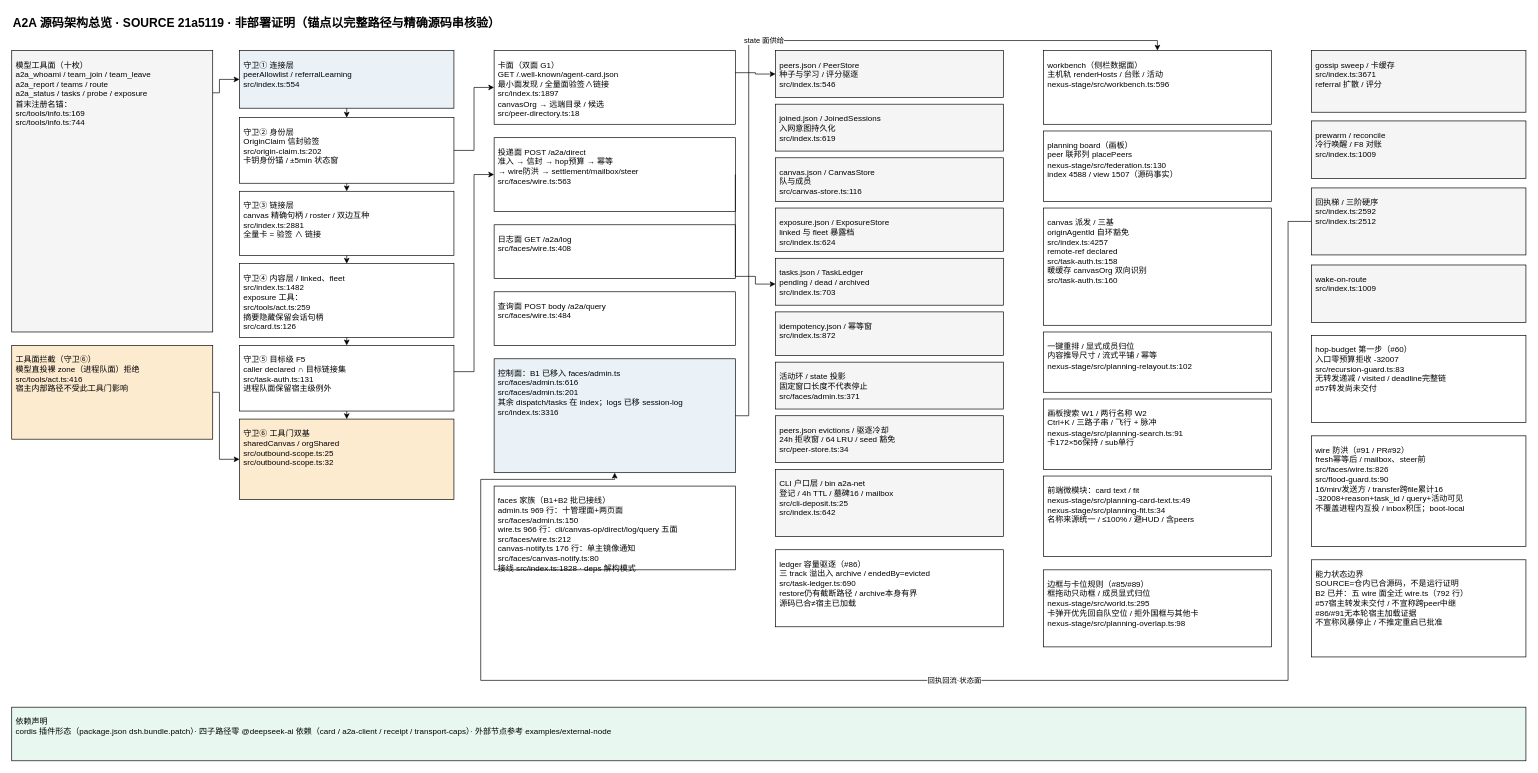
Before: page "系统架构总览" (1 of 2) of docs/arch/a2a-architecture.drawio in NelsonLongxiang/dsh-open-a2a-net, a draw.io diagram. Source tidied: cells renumbered, new cells numbered last; positions are measured from the earlier drawing's top-left corner, leaving out a move shared by most shapes. Both pictures are drawn from the tidied source at 67%, with x=0, y=0 at pixel (11, 11).
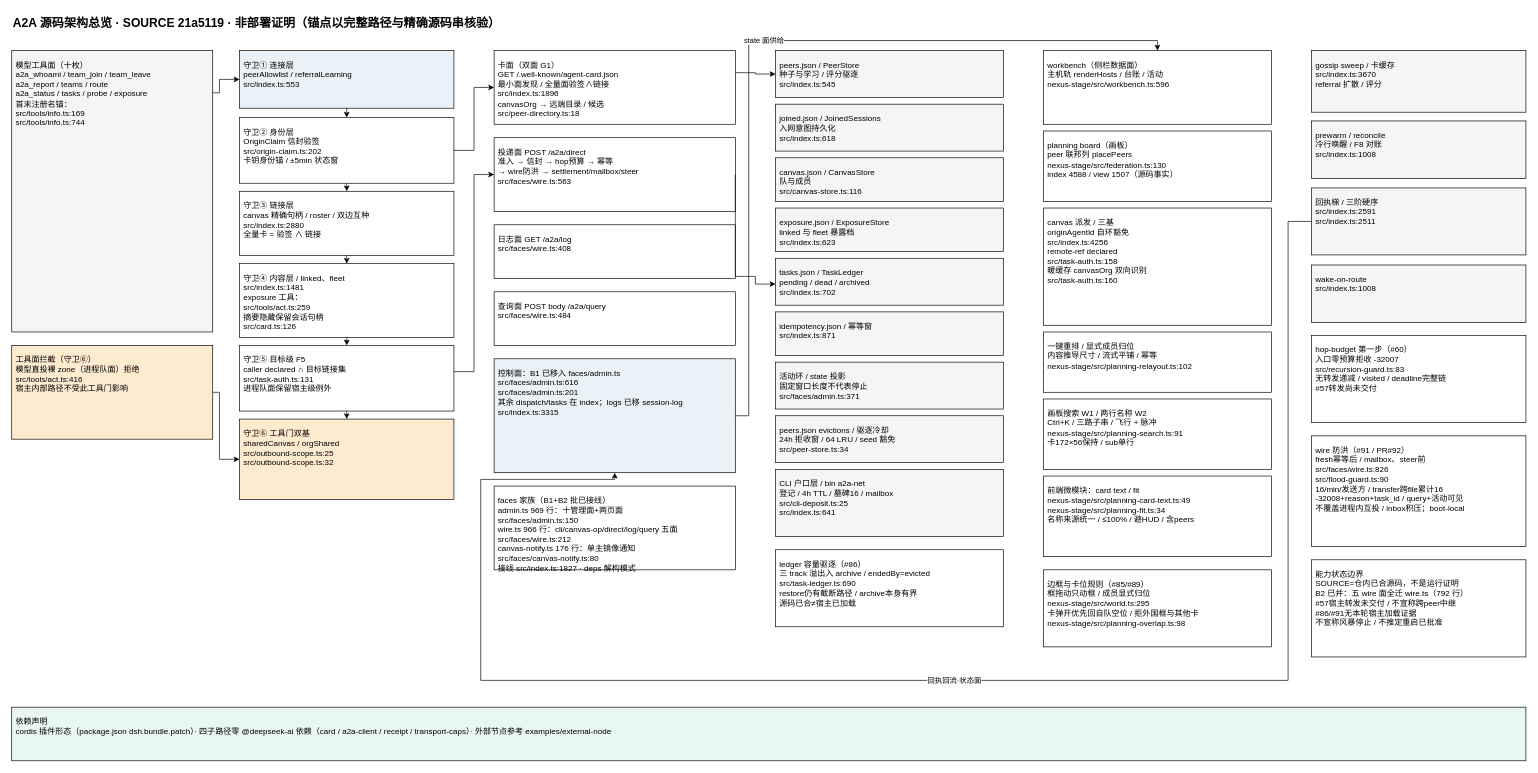
The same page after the edit.

The edit, as a diff of the source:
```diff
@@
-    <mxCell id="5" value="守卫① 连接层&#10;peerAllowlist / referralLearning&#10;src/index.ts:554" style="rounded=0;whiteSpace=wrap;html=1;fontSize=12;fontColor=#000000;fillColor=#EAF2F8;strokeColor=#000000;align=left;verticalAlign=top;spacing=6;spacingTop=4;" parent="1" vertex="1">
+    <mxCell id="5" value="守卫① 连接层&#10;peerAllowlist / referralLearning&#10;src/index.ts:553" style="rounded=0;whiteSpace=wrap;html=1;fontSize=12;fontColor=#000000;fillColor=#EAF2F8;strokeColor=#000000;align=left;verticalAlign=top;spacing=6;spacingTop=4;" parent="1" vertex="1">
       <mxGeometry x="340" y="58" width="320" height="86" as="geometry" />
     </mxCell>
@@
-    <mxCell id="7" value="守卫③ 链接层&#10;canvas 精确句柄 / roster / 双边互种&#10;src/index.ts:2881&#10;全量卡 = 验签 ∧ 链接" style="rounded=0;whiteSpace=wrap;html=1;fontSize=12;fontColor=#000000;fillColor=#FFFFFF;strokeColor=#000000;align=left;verticalAlign=top;spacing=6;spacingTop=4;" parent="1" vertex="1">
+    <mxCell id="7" value="守卫③ 链接层&#10;canvas 精确句柄 / roster / 双边互种&#10;src/index.ts:2880&#10;全量卡 = 验签 ∧ 链接" style="rounded=0;whiteSpace=wrap;html=1;fontSize=12;fontColor=#000000;fillColor=#FFFFFF;strokeColor=#000000;align=left;verticalAlign=top;spacing=6;spacingTop=4;" parent="1" vertex="1">
       <mxGeometry x="340" y="268" width="320" height="96" as="geometry" />
     </mxCell>
-    <mxCell id="8" value="守卫④ 内容层 / linked、fleet&#10;src/index.ts:1482&#10;exposure 工具：&#10;src/tools/act.ts:259&#10;摘要隐藏保留会话句柄&#10;src/card.ts:126" style="rounded=0;whiteSpace=wrap;html=1;fontSize=12;fontColor=#000000;fillColor=#FFFFFF;strokeColor=#000000;align=left;verticalAlign=top;spacing=6;spacingTop=4;" parent="1" vertex="1">
+    <mxCell id="8" value="守卫④ 内容层 / linked、fleet&#10;src/index.ts:1481&#10;exposure 工具：&#10;src/tools/act.ts:259&#10;摘要隐藏保留会话句柄&#10;src/card.ts:126" style="rounded=0;whiteSpace=wrap;html=1;fontSize=12;fontColor=#000000;fillColor=#FFFFFF;strokeColor=#000000;align=left;verticalAlign=top;spacing=6;spacingTop=4;" parent="1" vertex="1">
       <mxGeometry x="340" y="376" width="320" height="110" as="geometry" />
     </mxCell>
@@
-    <mxCell id="11" value="卡面（双面 G1）&#10;GET /.well-known/agent-card.json&#10;最小面发现 / 全量面验签∧链接&#10;src/index.ts:1897&#10;canvasOrg → 远端目录 / 候选&#10;src/peer-directory.ts:18" style="rounded=0;whiteSpace=wrap;html=1;fontSize=12;fontColor=#000000;fillColor=#FFFFFF;strokeColor=#000000;align=left;verticalAlign=top;spacing=6;spacingTop=4;" parent="1" vertex="1">
+    <mxCell id="11" value="卡面（双面 G1）&#10;GET /.well-known/agent-card.json&#10;最小面发现 / 全量面验签∧链接&#10;src/index.ts:1896&#10;canvasOrg → 远端目录 / 候选&#10;src/peer-directory.ts:18" style="rounded=0;whiteSpace=wrap;html=1;fontSize=12;fontColor=#000000;fillColor=#FFFFFF;strokeColor=#000000;align=left;verticalAlign=top;spacing=6;spacingTop=4;" parent="1" vertex="1">
       <mxGeometry x="720" y="58" width="360" height="110" as="geometry" />
     </mxCell>
@@
-    <mxCell id="15" value="控制面：B1 已移入 faces/admin.ts&#10;src/faces/admin.ts:616&#10;src/faces/admin.ts:201&#10;其余 dispatch/tasks 在 index；logs 已移 session-log&#10;src/index.ts:3316" style="rounded=0;whiteSpace=wrap;html=1;fontSize=12;fontColor=#000000;fillColor=#EAF2F8;strokeColor=#000000;align=left;verticalAlign=top;spacing=6;spacingTop=4;" parent="1" vertex="1">
+    <mxCell id="15" value="控制面：B1 已移入 faces/admin.ts&#10;src/faces/admin.ts:616&#10;src/faces/admin.ts:201&#10;其余 dispatch/tasks 在 index；logs 已移 session-log&#10;src/index.ts:3315" style="rounded=0;whiteSpace=wrap;html=1;fontSize=12;fontColor=#000000;fillColor=#EAF2F8;strokeColor=#000000;align=left;verticalAlign=top;spacing=6;spacingTop=4;" parent="1" vertex="1">
       <mxGeometry x="720" y="518" width="360" height="170" as="geometry" />
     </mxCell>
-    <mxCell id="16" value="peers.json / PeerStore&#10;种子与学习 / 评分驱逐&#10;src/index.ts:546" style="rounded=0;whiteSpace=wrap;html=1;fontSize=12;fontColor=#000000;fillColor=#F5F5F5;strokeColor=#000000;align=left;verticalAlign=top;spacing=6;spacingTop=4;" parent="1" vertex="1">
+    <mxCell id="16" value="peers.json / PeerStore&#10;种子与学习 / 评分驱逐&#10;src/index.ts:545" style="rounded=0;whiteSpace=wrap;html=1;fontSize=12;fontColor=#000000;fillColor=#F5F5F5;strokeColor=#000000;align=left;verticalAlign=top;spacing=6;spacingTop=4;" parent="1" vertex="1">
       <mxGeometry x="1140" y="58" width="340" height="70" as="geometry" />
     </mxCell>
-    <mxCell id="17" value="joined.json / JoinedSessions&#10;入网意图持久化&#10;src/index.ts:619" style="rounded=0;whiteSpace=wrap;html=1;fontSize=12;fontColor=#000000;fillColor=#F5F5F5;strokeColor=#000000;align=left;verticalAlign=top;spacing=6;spacingTop=4;" parent="1" vertex="1">
+    <mxCell id="17" value="joined.json / JoinedSessions&#10;入网意图持久化&#10;src/index.ts:618" style="rounded=0;whiteSpace=wrap;html=1;fontSize=12;fontColor=#000000;fillColor=#F5F5F5;strokeColor=#000000;align=left;verticalAlign=top;spacing=6;spacingTop=4;" parent="1" vertex="1">
       <mxGeometry x="1140" y="138" width="340" height="70" as="geometry" />
     </mxCell>
@@
-    <mxCell id="19" value="exposure.json / ExposureStore&#10;linked 与 fleet 暴露档&#10;src/index.ts:624" style="rounded=0;whiteSpace=wrap;html=1;fontSize=12;fontColor=#000000;fillColor=#F5F5F5;strokeColor=#000000;align=left;verticalAlign=top;spacing=6;spacingTop=4;" parent="1" vertex="1">
+    <mxCell id="19" value="exposure.json / ExposureStore&#10;linked 与 fleet 暴露档&#10;src/index.ts:623" style="rounded=0;whiteSpace=wrap;html=1;fontSize=12;fontColor=#000000;fillColor=#F5F5F5;strokeColor=#000000;align=left;verticalAlign=top;spacing=6;spacingTop=4;" parent="1" vertex="1">
       <mxGeometry x="1140" y="293" width="340" height="65" as="geometry" />
     </mxCell>
-    <mxCell id="20" value="tasks.json / TaskLedger&#10;pending / dead / archived&#10;src/index.ts:703" style="rounded=0;whiteSpace=wrap;html=1;fontSize=12;fontColor=#000000;fillColor=#F5F5F5;strokeColor=#000000;align=left;verticalAlign=top;spacing=6;spacingTop=4;" parent="1" vertex="1">
+    <mxCell id="20" value="tasks.json / TaskLedger&#10;pending / dead / archived&#10;src/index.ts:702" style="rounded=0;whiteSpace=wrap;html=1;fontSize=12;fontColor=#000000;fillColor=#F5F5F5;strokeColor=#000000;align=left;verticalAlign=top;spacing=6;spacingTop=4;" parent="1" vertex="1">
       <mxGeometry x="1140" y="368" width="340" height="70" as="geometry" />
     </mxCell>
-    <mxCell id="21" value="idempotency.json / 幂等窗&#10;src/index.ts:872" style="rounded=0;whiteSpace=wrap;html=1;fontSize=12;fontColor=#000000;fillColor=#F5F5F5;strokeColor=#000000;align=left;verticalAlign=top;spacing=6;spacingTop=4;" parent="1" vertex="1">
+    <mxCell id="21" value="idempotency.json / 幂等窗&#10;src/index.ts:871" style="rounded=0;whiteSpace=wrap;html=1;fontSize=12;fontColor=#000000;fillColor=#F5F5F5;strokeColor=#000000;align=left;verticalAlign=top;spacing=6;spacingTop=4;" parent="1" vertex="1">
       <mxGeometry x="1140" y="448" width="340" height="65" as="geometry" />
     </mxCell>
@@
-    <mxCell id="26" value="CLI 户口层 / bin a2a-net&#10;登记 / 4h TTL / 墓碑16 / mailbox&#10;src/cli-deposit.ts:25&#10;src/index.ts:642" style="rounded=0;whiteSpace=wrap;html=1;fontSize=12;fontColor=#000000;fillColor=#F5F5F5;strokeColor=#000000;align=left;verticalAlign=top;spacing=6;spacingTop=4;" parent="1" vertex="1">
+    <mxCell id="26" value="CLI 户口层 / bin a2a-net&#10;登记 / 4h TTL / 墓碑16 / mailbox&#10;src/cli-deposit.ts:25&#10;src/index.ts:641" style="rounded=0;whiteSpace=wrap;html=1;fontSize=12;fontColor=#000000;fillColor=#F5F5F5;strokeColor=#000000;align=left;verticalAlign=top;spacing=6;spacingTop=4;" parent="1" vertex="1">
       <mxGeometry x="1140" y="683" width="340" height="100" as="geometry" />
     </mxCell>
-    <mxCell id="27" value="canvas 派发 / 三基&#10;originAgentId 自环豁免&#10;src/index.ts:4257&#10;remote-ref declared&#10;src/task-auth.ts:158&#10;暖缓存 canvasOrg 双向识别&#10;src/task-auth.ts:160" style="rounded=0;whiteSpace=wrap;html=1;fontSize=12;fontColor=#000000;fillColor=#FFFFFF;strokeColor=#000000;align=left;verticalAlign=top;spacing=6;spacingTop=4;" parent="1" vertex="1">
+    <mxCell id="27" value="canvas 派发 / 三基&#10;originAgentId 自环豁免&#10;src/index.ts:4256&#10;remote-ref declared&#10;src/task-auth.ts:158&#10;暖缓存 canvasOrg 双向识别&#10;src/task-auth.ts:160" style="rounded=0;whiteSpace=wrap;html=1;fontSize=12;fontColor=#000000;fillColor=#FFFFFF;strokeColor=#000000;align=left;verticalAlign=top;spacing=6;spacingTop=4;" parent="1" vertex="1">
       <mxGeometry x="1540" y="293" width="340" height="175" as="geometry" />
     </mxCell>
@@
-    <mxCell id="30" value="gossip sweep / 卡缓存&#10;src/index.ts:3671&#10;referral 扩散 / 评分" style="rounded=0;whiteSpace=wrap;html=1;fontSize=12;fontColor=#000000;fillColor=#F5F5F5;strokeColor=#000000;align=left;verticalAlign=top;spacing=6;spacingTop=4;" parent="1" vertex="1">
+    <mxCell id="30" value="gossip sweep / 卡缓存&#10;src/index.ts:3670&#10;referral 扩散 / 评分" style="rounded=0;whiteSpace=wrap;html=1;fontSize=12;fontColor=#000000;fillColor=#F5F5F5;strokeColor=#000000;align=left;verticalAlign=top;spacing=6;spacingTop=4;" parent="1" vertex="1">
       <mxGeometry x="1940" y="58" width="320" height="92" as="geometry" />
     </mxCell>
-    <mxCell id="31" value="prewarm / reconcile&#10;冷行唤醒 / F8 对账&#10;src/index.ts:1009" style="rounded=0;whiteSpace=wrap;html=1;fontSize=12;fontColor=#000000;fillColor=#F5F5F5;strokeColor=#000000;align=left;verticalAlign=top;spacing=6;spacingTop=4;" parent="1" vertex="1">
+    <mxCell id="31" value="prewarm / reconcile&#10;冷行唤醒 / F8 对账&#10;src/index.ts:1008" style="rounded=0;whiteSpace=wrap;html=1;fontSize=12;fontColor=#000000;fillColor=#F5F5F5;strokeColor=#000000;align=left;verticalAlign=top;spacing=6;spacingTop=4;" parent="1" vertex="1">
       <mxGeometry x="1940" y="163" width="320" height="86" as="geometry" />
     </mxCell>
-    <mxCell id="32" value="回执梯 / 三阶硬序&#10;src/index.ts:2592&#10;src/index.ts:2512" style="rounded=0;whiteSpace=wrap;html=1;fontSize=12;fontColor=#000000;fillColor=#F5F5F5;strokeColor=#000000;align=left;verticalAlign=top;spacing=6;spacingTop=4;" parent="1" vertex="1">
+    <mxCell id="32" value="回执梯 / 三阶硬序&#10;src/index.ts:2591&#10;src/index.ts:2511" style="rounded=0;whiteSpace=wrap;html=1;fontSize=12;fontColor=#000000;fillColor=#F5F5F5;strokeColor=#000000;align=left;verticalAlign=top;spacing=6;spacingTop=4;" parent="1" vertex="1">
       <mxGeometry x="1940" y="263" width="320" height="100" as="geometry" />
     </mxCell>
-    <mxCell id="33" value="wake-on-route&#10;src/index.ts:1009" style="rounded=0;whiteSpace=wrap;html=1;fontSize=12;fontColor=#000000;fillColor=#F5F5F5;strokeColor=#000000;align=left;verticalAlign=top;spacing=6;spacingTop=4;" parent="1" vertex="1">
+    <mxCell id="33" value="wake-on-route&#10;src/index.ts:1008" style="rounded=0;whiteSpace=wrap;html=1;fontSize=12;fontColor=#000000;fillColor=#F5F5F5;strokeColor=#000000;align=left;verticalAlign=top;spacing=6;spacingTop=4;" parent="1" vertex="1">
       <mxGeometry x="1940" y="378" width="320" height="86" as="geometry" />
     </mxCell>
@@
-    <mxCell id="35" value="faces 家族（B1+B2 批已接线）&#10;admin.ts 969 行：十管理面+两页面&#10;src/faces/admin.ts:150&#10;wire.ts 966 行：cli/canvas-op/direct/log/query 五面&#10;src/faces/wire.ts:212&#10;canvas-notify.ts 176 行：单主镜像通知&#10;src/faces/canvas-notify.ts:80&#10;接线 src/index.ts:1828 · deps 解构模式" style="rounded=0;whiteSpace=wrap;html=1;fontSize=12;fontColor=#000000;fillColor=#FFFFFF;strokeColor=#000000;align=left;verticalAlign=top;spacing=6;spacingTop=4;" parent="1" vertex="1">
+    <mxCell id="35" value="faces 家族（B1+B2 批已接线）&#10;admin.ts 969 行：十管理面+两页面&#10;src/faces/admin.ts:150&#10;wire.ts 966 行：cli/canvas-op/direct/log/query 五面&#10;src/faces/wire.ts:212&#10;canvas-notify.ts 176 行：单主镜像通知&#10;src/faces/canvas-notify.ts:80&#10;接线 src/index.ts:1827 · deps 解构模式" style="rounded=0;whiteSpace=wrap;html=1;fontSize=12;fontColor=#000000;fillColor=#FFFFFF;strokeColor=#000000;align=left;verticalAlign=top;spacing=6;spacingTop=4;" parent="1" vertex="1">
       <mxGeometry x="720" y="708" width="360" height="125" as="geometry" />
     </mxCell>
```
